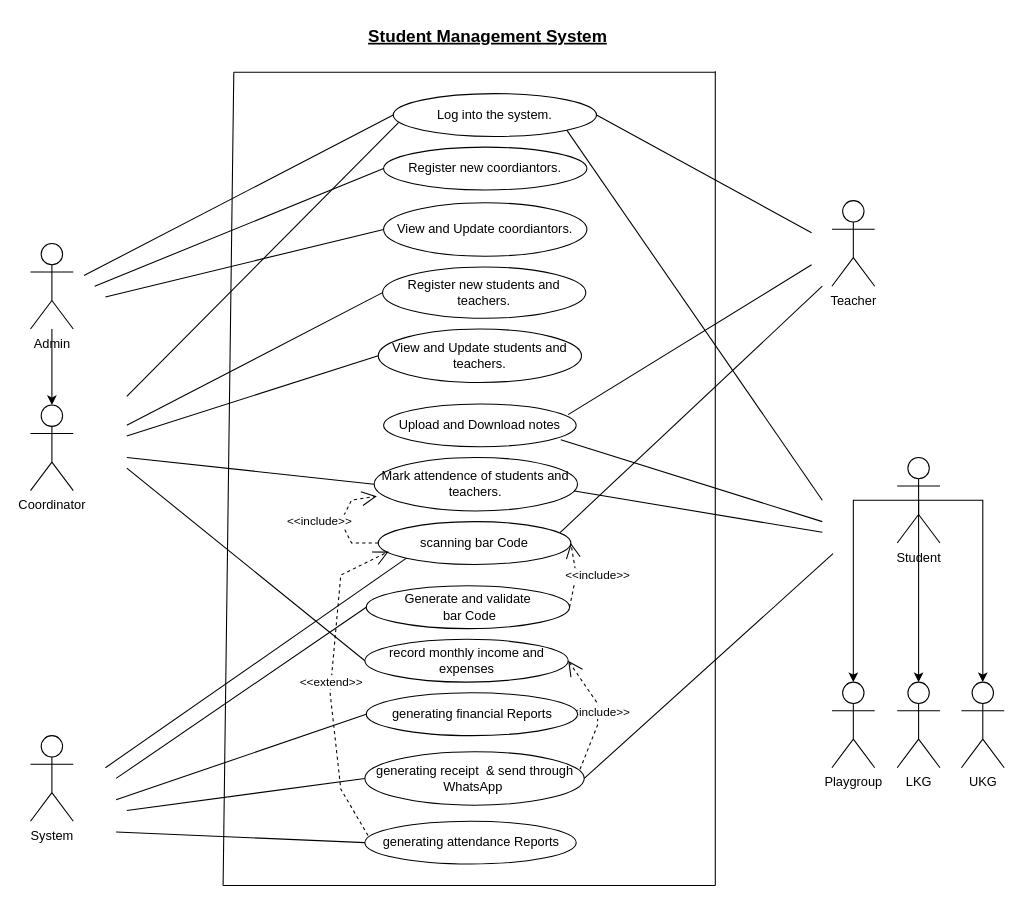
Above: UseCase.drawio in Dulara-Akalanka/Group-Software-Project (draw.io), before the change. Source tidied: cells renumbered, new cells numbered last; positions are measured from the earlier drawing's top-left corner, leaving out a move shared by most shapes. Both pictures are drawn from the tidied source at 107%, with x=0, y=0 at pixel (30, 18).
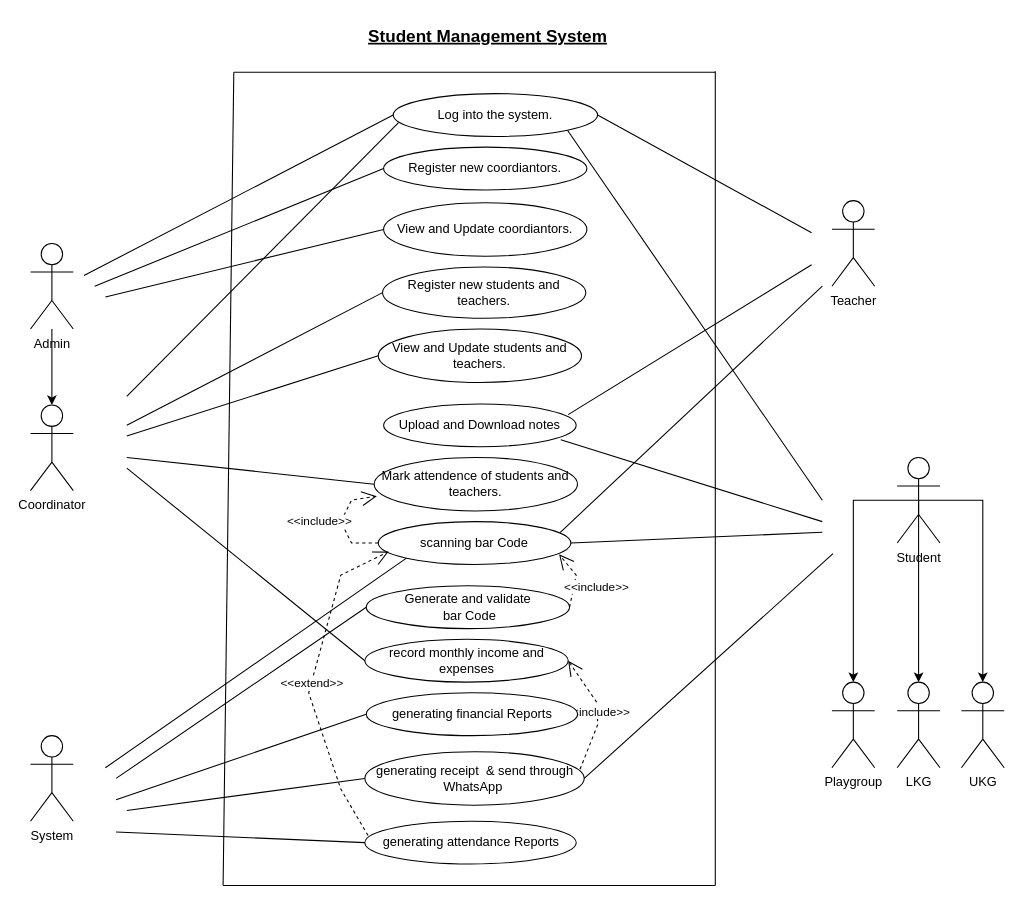
The same page after the edit.

The change refers to these unchanged cells:
```xml
<mxCell id="3" value="scanning bar Code" style="ellipse;whiteSpace=wrap;html=1;" parent="1" vertex="1">
  <mxGeometry x="325" y="470" width="180" height="40" as="geometry" />
</mxCell>
<mxCell id="4" value="Generate and validate&lt;br&gt;&amp;nbsp;bar Code" style="ellipse;whiteSpace=wrap;html=1;" parent="1" vertex="1">
  <mxGeometry x="313.8" y="530" width="190" height="40" as="geometry" />
</mxCell>
<mxCell id="35" value="generating attendance Reports" style="ellipse;whiteSpace=wrap;html=1;" parent="1" vertex="1">
  <mxGeometry x="312.5" y="750" width="197.5" height="40" as="geometry" />
</mxCell>
```

Change to the diagram source:
```diff
@@
-    <mxCell id="11" style="endArrow=none;html=1;rounded=0;" parent="1" edge="1">
+    <mxCell id="11" style="endArrow=none;html=1;rounded=0;exitX=1;exitY=0.5;exitDx=0;exitDy=0;" parent="1" edge="1" source="3">
       <mxGeometry relative="1" as="geometry">
-        <mxPoint x="500" y="440" as="sourcePoint" />
         <mxPoint x="740" y="480" as="targetPoint" />
       </mxGeometry>
     </mxCell>
@@
     <mxCell id="19" value="Log into the system." style="ellipse;whiteSpace=wrap;html=1;" parent="1" vertex="1">
-      <mxGeometry x="339" y="70" width="190" height="40" as="geometry" />
+      <mxGeometry x="339" y="70" width="191" height="40" as="geometry" />
     </mxCell>
@@
     <mxCell id="37" value="&amp;lt;&amp;lt;extend&amp;gt;&amp;gt;" style="endArrow=open;endSize=12;dashed=1;html=1;rounded=0;exitX=0.015;exitY=0.335;exitDx=0;exitDy=0;exitPerimeter=0;entryX=0.054;entryY=0.7;entryDx=0;entryDy=0;entryPerimeter=0;" parent="1" edge="1" source="35" target="3">
       <mxGeometry relative="1" as="geometry">
         <Array as="points">
           <mxPoint x="290" y="720" />
-          <mxPoint x="280" y="630" />
+          <mxPoint x="260" y="630" />
           <mxPoint x="290" y="520" />
         </Array>
       </mxGeometry>
     </mxCell>
-    <mxCell id="38" value="&amp;lt;&amp;lt;include&amp;gt;&amp;gt;" style="endArrow=open;endSize=12;dashed=1;html=1;rounded=0;exitX=1;exitY=0.5;exitDx=0;exitDy=0;entryX=1;entryY=0.5;entryDx=0;entryDy=0;" parent="1" edge="1" source="4" target="3">
+    <mxCell id="38" value="&amp;lt;&amp;lt;include&amp;gt;&amp;gt;" style="endArrow=open;endSize=12;dashed=1;html=1;rounded=0;exitX=1;exitY=0.5;exitDx=0;exitDy=0;entryX=0.939;entryY=0.765;entryDx=0;entryDy=0;entryPerimeter=0;" parent="1" edge="1" source="4" target="3">
       <mxGeometry y="-20" relative="1" as="geometry">
         <Array as="points">
           <mxPoint x="510" y="520" />
         </Array>
         <mxPoint y="4" as="offset" />
       </mxGeometry>
     </mxCell>
```
